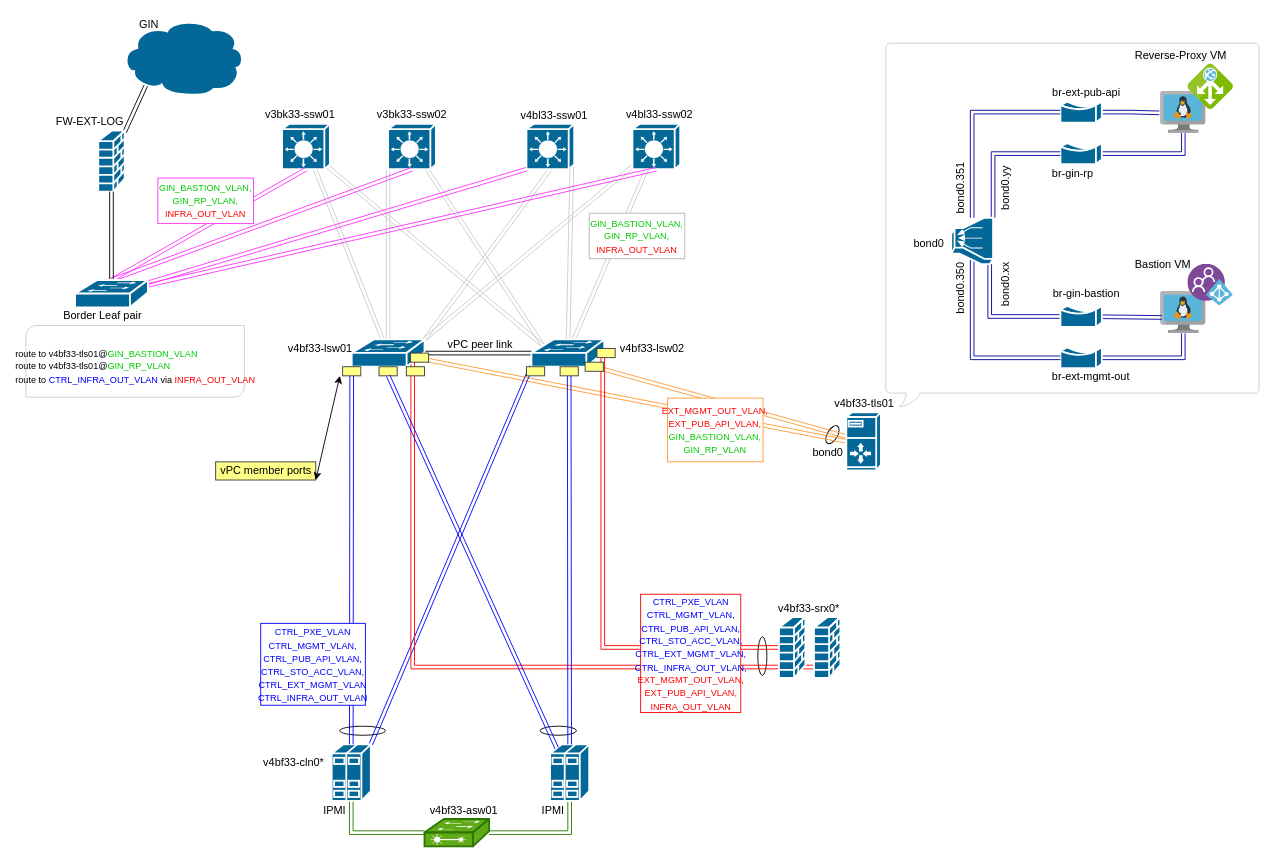
bogdanadrian-burciu/diagrams-net keeps this draw.io diagram as LLD_OPC_VdR_wToolServer(bastion+RP).drawio. Above is the earlier version. Source tidied: cells renumbered, new cells numbered last; positions are measured from the earlier drawing's top-left corner, leaving out a move shared by most shapes. Both pictures are drawn from the tidied source at 91%, with x=0, y=0 at pixel (21, 15).
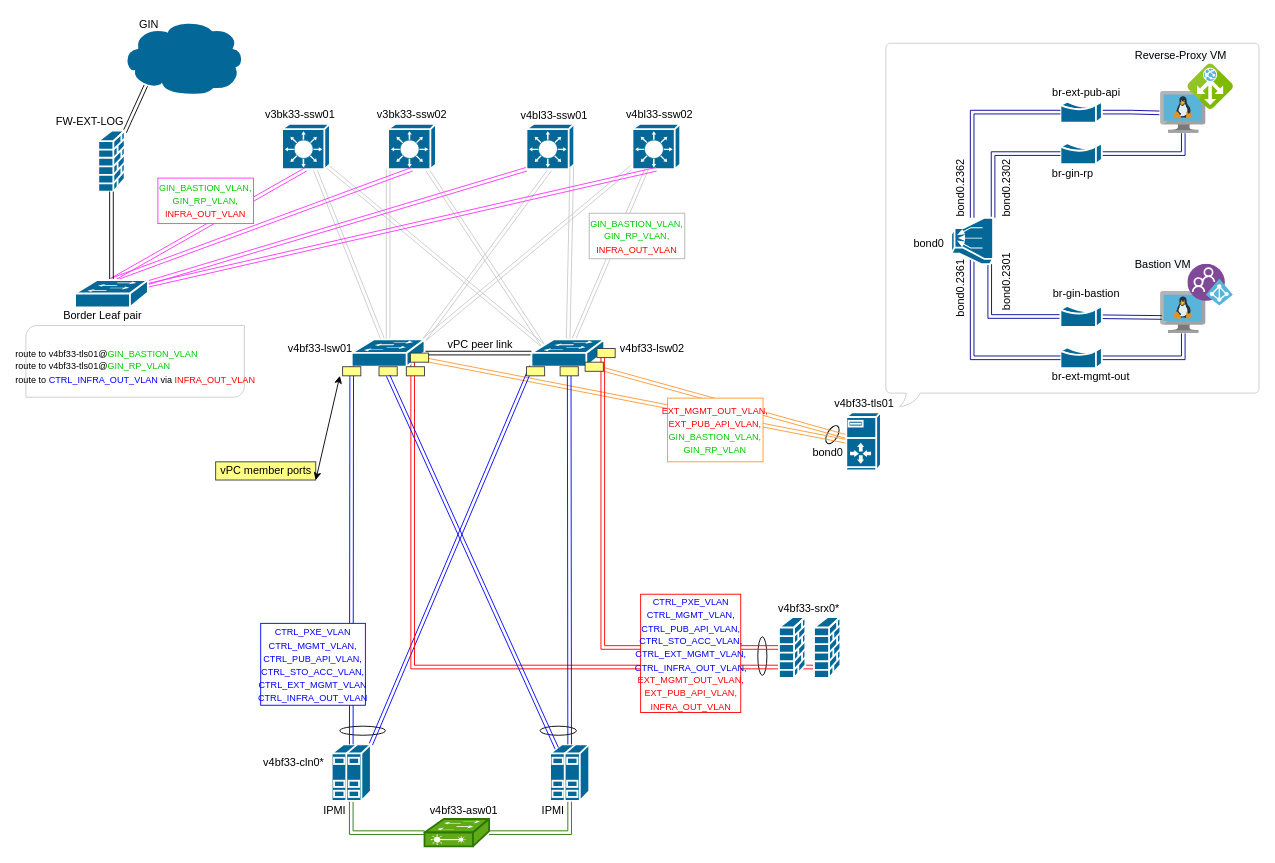
The same page after the edit.

Diff of the diagram source:
```diff
@@
-    <mxCell id="92" value="bond0.351" style="text;html=1;align=center;verticalAlign=middle;rotation=-90;" parent="1" vertex="1">
-      <mxGeometry x="997.8" y="180" width="70" height="20" as="geometry" />
+    <mxCell id="92" value="bond0.2362" style="text;html=1;align=center;verticalAlign=middle;rotation=-90;" parent="1" vertex="1">
+      <mxGeometry x="992.8" y="180" width="80" height="20" as="geometry" />
     </mxCell>
-    <mxCell id="93" value="bond0.350" style="text;html=1;align=center;verticalAlign=middle;rotation=-90;" parent="1" vertex="1">
-      <mxGeometry x="997.8" y="290" width="70" height="20" as="geometry" />
+    <mxCell id="93" value="bond0.2361" style="text;html=1;align=center;verticalAlign=middle;rotation=-90;" parent="1" vertex="1">
+      <mxGeometry x="992.8" y="290" width="80" height="20" as="geometry" />
     </mxCell>
@@
-    <mxCell id="97" value="bond0.xx" style="text;html=1;align=center;verticalAlign=middle;rotation=-90;" parent="1" vertex="1">
-      <mxGeometry x="1051.8" y="285.8" width="60" height="20" as="geometry" />
+    <mxCell id="97" value="bond0.2301" style="text;html=1;align=center;verticalAlign=middle;rotation=-90;" parent="1" vertex="1">
+      <mxGeometry x="1042.8" y="282.8" width="80" height="20" as="geometry" />
     </mxCell>
-    <mxCell id="98" value="bond0.yy" style="text;html=1;align=center;verticalAlign=middle;rotation=-90;" parent="1" vertex="1">
-      <mxGeometry x="1051.8" y="180" width="60" height="20" as="geometry" />
+    <mxCell id="98" value="bond0.2302" style="text;html=1;align=center;verticalAlign=middle;rotation=-90;" parent="1" vertex="1">
+      <mxGeometry x="1042.8" y="180" width="80" height="20" as="geometry" />
     </mxCell>
```
